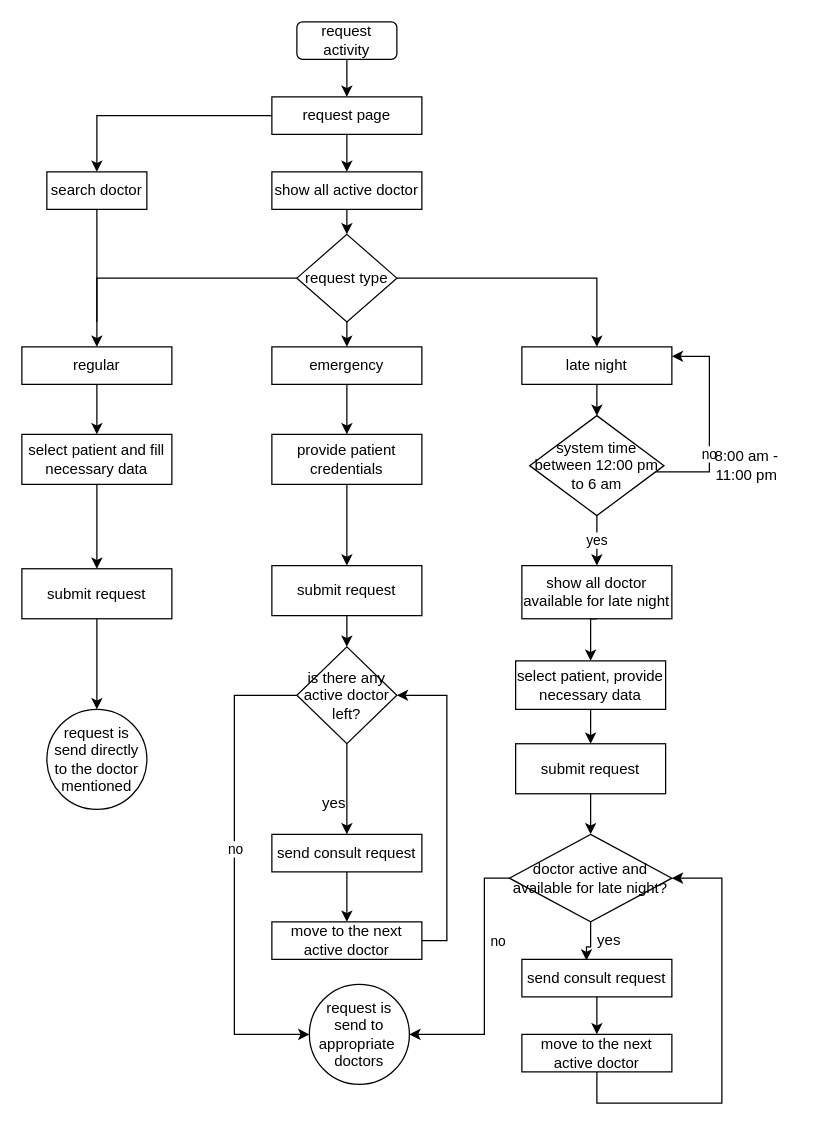
Above: request activity.drawio in souravbiswassanto/Projects (draw.io), before the change. Source tidied: cells renumbered, new cells numbered last; positions are measured from the earlier drawing's top-left corner, leaving out a move shared by most shapes. Both pictures are drawn from the tidied source at 125%, with x=0, y=0 at pixel (21, 21).
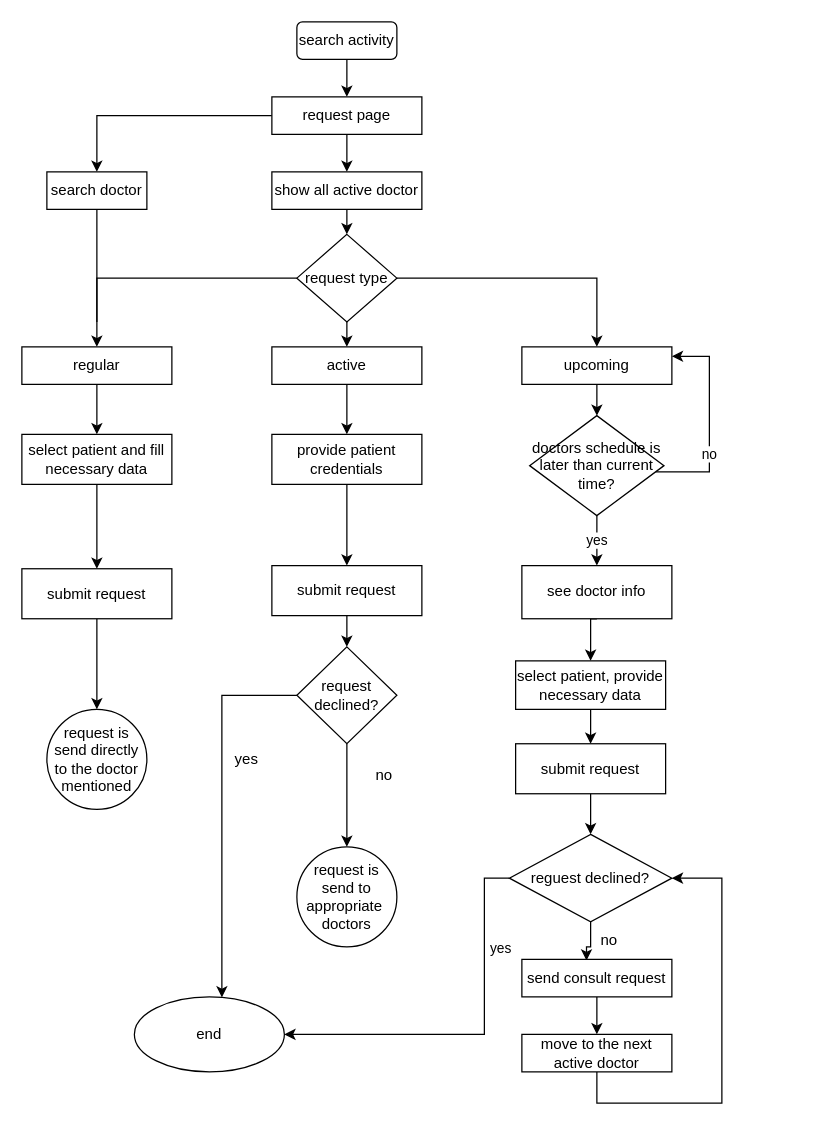
Above is the later version.

The edit, as a diff of the source:
```diff
@@
-    <mxCell id="3" value="request activity" style="rounded=1;whiteSpace=wrap;html=1;" parent="1" vertex="1">
+    <mxCell id="3" value="search activity" style="rounded=1;whiteSpace=wrap;html=1;" parent="1" vertex="1">
       <mxGeometry x="220" width="80" height="30" as="geometry" />
     </mxCell>
@@
-    <mxCell id="10" value="emergency" style="rounded=0;whiteSpace=wrap;html=1;" parent="1" vertex="1">
+    <mxCell id="10" value="active" style="rounded=0;whiteSpace=wrap;html=1;" parent="1" vertex="1">
       <mxGeometry x="200" y="260" width="120" height="30" as="geometry" />
     </mxCell>
@@
-    <mxCell id="16" value="late night" style="rounded=0;whiteSpace=wrap;html=1;" parent="1" vertex="1">
+    <mxCell id="16" value="upcoming" style="rounded=0;whiteSpace=wrap;html=1;" parent="1" vertex="1">
       <mxGeometry x="400" y="260" width="120" height="30" as="geometry" />
     </mxCell>
@@
     <mxCell id="30" value="request is send to appropriate&amp;nbsp; doctors" style="ellipse;whiteSpace=wrap;html=1;" parent="1" vertex="1">
-      <mxGeometry x="230" y="770" width="80" height="80" as="geometry" />
+      <mxGeometry x="220" y="660" width="80" height="80" as="geometry" />
     </mxCell>
@@
-    <mxCell id="34" value="system time between 12:00 pm to 6 am" style="rhombus;whiteSpace=wrap;html=1;" parent="1" vertex="1">
+    <mxCell id="34" value="doctors schedule is later than current time?" style="rhombus;whiteSpace=wrap;html=1;" parent="1" vertex="1">
       <mxGeometry x="406.2" y="315" width="107.5" height="80" as="geometry" />
     </mxCell>
-    <mxCell id="35" value="8:00 am - 11:00 pm" style="text;html=1;strokeColor=none;fillColor=none;align=center;verticalAlign=middle;whiteSpace=wrap;rounded=0;" parent="1" vertex="1">
-      <mxGeometry x="540" y="340" width="80" height="30" as="geometry" />
-    </mxCell>
@@
-    <mxCell id="37" value="show all doctor available for late night" style="rounded=0;whiteSpace=wrap;html=1;" parent="1" vertex="1">
+    <mxCell id="37" value="see doctor info" style="rounded=0;whiteSpace=wrap;html=1;" parent="1" vertex="1">
       <mxGeometry x="400" y="435" width="120" height="42.5" as="geometry" />
     </mxCell>
@@
-    <mxCell id="42" style="edgeStyle=orthogonalEdgeStyle;rounded=0;jettySize=auto;html=1;entryX=0.5;entryY=0;entryDx=0;entryDy=0;" parent="1" edge="1" source="45" target="47">
-      <mxGeometry relative="1" as="geometry">
-        <Array as="points">
-          <mxPoint x="260" y="640" />
-          <mxPoint x="260" y="640" />
-        </Array>
-      </mxGeometry>
-    </mxCell>
-    <mxCell id="43" style="edgeStyle=orthogonalEdgeStyle;rounded=0;jettySize=auto;html=1;exitX=0;exitY=0.5;exitDx=0;exitDy=0;entryX=0;entryY=0.5;entryDx=0;entryDy=0;" parent="1" edge="1" source="45" target="30">
+    <mxCell id="43" style="edgeStyle=orthogonalEdgeStyle;rounded=0;jettySize=auto;html=1;exitX=0.5;exitY=1;exitDx=0;exitDy=0;entryX=0.5;entryY=0;entryDx=0;entryDy=0;" parent="1" edge="1" source="45" target="30">
       <mxGeometry relative="1" as="geometry">
         <Array as="points">
-          <mxPoint x="170" y="539" />
-          <mxPoint x="170" y="810" />
+          <mxPoint x="260" y="620" />
+          <mxPoint x="260" y="620" />
         </Array>
       </mxGeometry>
     </mxCell>
-    <mxCell id="44" value="no" style="edgeLabel;html=1;align=center;verticalAlign=middle;" parent="43" vertex="1">
-      <mxGeometry x="-0.09" relative="1" as="geometry" />
-    </mxCell>
+    <mxCell id="61" style="edgeStyle=orthogonalEdgeStyle;rounded=0;jettySize=auto;html=1;" parent="1" edge="1" source="45" target="62">
+      <mxGeometry relative="1" as="geometry">
+        <Array as="points">
+          <mxPoint x="160" y="539" />
+        </Array>
+      </mxGeometry>
+    </mxCell>
-    <mxCell id="45" value="is there any active doctor left?" style="rhombus;whiteSpace=wrap;html=1;" parent="1" vertex="1">
+    <mxCell id="45" value="request declined?" style="rhombus;whiteSpace=wrap;html=1;" parent="1" vertex="1">
       <mxGeometry x="220" y="500" width="80" height="77.5" as="geometry" />
     </mxCell>
-    <mxCell id="46" style="edgeStyle=orthogonalEdgeStyle;rounded=0;jettySize=auto;html=1;" parent="1" edge="1" source="47" target="49">
-      <mxGeometry relative="1" as="geometry" />
-    </mxCell>
-    <mxCell id="47" value="send consult request" style="rounded=0;whiteSpace=wrap;html=1;" parent="1" vertex="1">
-      <mxGeometry x="200" y="650" width="120" height="30" as="geometry" />
-    </mxCell>
-    <mxCell id="48" style="edgeStyle=orthogonalEdgeStyle;rounded=0;jettySize=auto;html=1;entryX=1;entryY=0.5;entryDx=0;entryDy=0;" parent="1" edge="1" source="49" target="45">
-      <mxGeometry relative="1" as="geometry">
-        <Array as="points">
-          <mxPoint x="340" y="735" />
-          <mxPoint x="340" y="539" />
-        </Array>
-      </mxGeometry>
-    </mxCell>
-    <mxCell id="49" value="move to the next active doctor" style="rounded=0;whiteSpace=wrap;html=1;" parent="1" vertex="1">
-      <mxGeometry x="200" y="720" width="120" height="30" as="geometry" />
-    </mxCell>
-    <mxCell id="50" value="yes" style="text;html=1;strokeColor=none;fillColor=none;align=center;verticalAlign=middle;whiteSpace=wrap;rounded=0;" parent="1" vertex="1">
-      <mxGeometry x="220" y="610" width="60" height="30" as="geometry" />
-    </mxCell>
-    <mxCell id="51" value="no" style="edgeLabel;html=1;align=center;verticalAlign=middle;" parent="1" vertex="1">
-      <mxGeometry x="380" y="735" as="geometry" />
+    <mxCell id="51" value="yes" style="edgeLabel;html=1;align=center;verticalAlign=middle;" parent="1" vertex="1">
+      <mxGeometry x="380" y="735" as="geometry">
+        <mxPoint x="2" y="5" as="offset" />
+      </mxGeometry>
     </mxCell>
@@
-    <mxCell id="53" style="edgeStyle=orthogonalEdgeStyle;rounded=0;jettySize=auto;html=1;entryX=1;entryY=0.5;entryDx=0;entryDy=0;" parent="1" edge="1" source="54" target="30">
+    <mxCell id="53" style="edgeStyle=orthogonalEdgeStyle;rounded=0;jettySize=auto;html=1;entryX=1;entryY=0.5;entryDx=0;entryDy=0;" parent="1" edge="1" source="54" target="62">
       <mxGeometry relative="1" as="geometry">
         <Array as="points">
           <mxPoint x="370" y="685" />
           <mxPoint x="370" y="810" />
         </Array>
       </mxGeometry>
     </mxCell>
-    <mxCell id="54" value="doctor active and available for late night?" style="rhombus;whiteSpace=wrap;html=1;" parent="1" vertex="1">
+    <mxCell id="54" value="reguest declined?" style="rhombus;whiteSpace=wrap;html=1;" parent="1" vertex="1">
       <mxGeometry x="390" y="650" width="130" height="70" as="geometry" />
     </mxCell>
@@
-    <mxCell id="59" value="yes" style="text;html=1;strokeColor=none;fillColor=none;align=center;verticalAlign=middle;whiteSpace=wrap;rounded=0;" parent="1" vertex="1">
+    <mxCell id="59" value="no" style="text;html=1;strokeColor=none;fillColor=none;align=center;verticalAlign=middle;whiteSpace=wrap;rounded=0;" parent="1" vertex="1">
       <mxGeometry x="440" y="720" width="60" height="30" as="geometry" />
     </mxCell>
@@
+    <mxCell id="62" value="end" style="ellipse;whiteSpace=wrap;html=1;" parent="1" vertex="1">
+      <mxGeometry x="90" y="780" width="120" height="60" as="geometry" />
+    </mxCell>
+    <mxCell id="50" value="yes" style="text;html=1;strokeColor=none;fillColor=none;align=center;verticalAlign=middle;whiteSpace=wrap;rounded=0;" parent="1" vertex="1">
+      <mxGeometry x="150" y="575" width="60" height="30" as="geometry" />
+    </mxCell>
+    <mxCell id="44" value="no" style="text;html=1;strokeColor=none;fillColor=none;align=center;verticalAlign=middle;whiteSpace=wrap;rounded=0;" parent="1" vertex="1">
+      <mxGeometry x="260" y="587.5" width="60" height="30" as="geometry" />
+    </mxCell>
```
